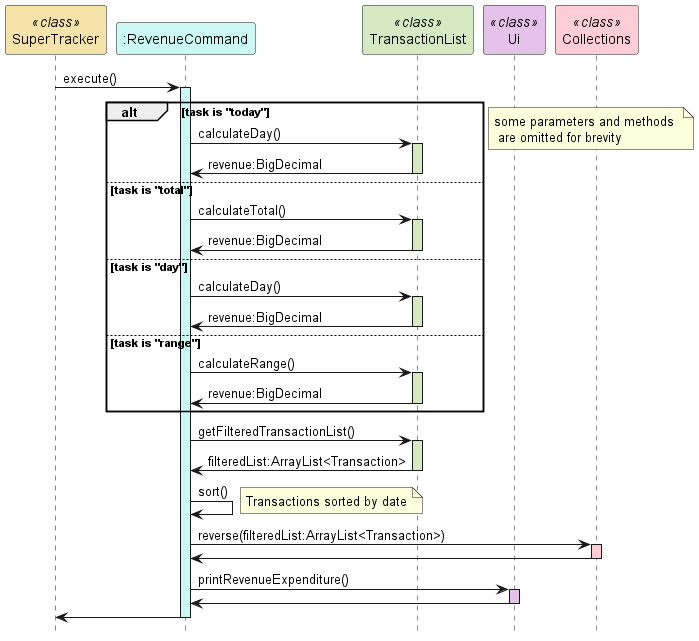
Earlier version of the PlantUML export docs/uml-diagrams/RevenueCommandSequence.png (rismm/tp). The source it was exported from:
```plantuml
@startuml
hide footbox
participant "SuperTracker" as SuperTracker <<class>> #f5e3a9
participant ":RevenueCommand" as RevenueCommand #cbf7f4
participant "TransactionList" as TransactionList <<class>> #d5eac2
participant "Ui" as Ui <<class>> #e5c2ea
participant "Collections" as Collections <<class>> #ffcdd6

SuperTracker -> RevenueCommand : execute()
activate RevenueCommand #cbf7f4
alt task is "today"
    RevenueCommand -> TransactionList : calculateDay()
    activate TransactionList #d5eac2
    TransactionList -> RevenueCommand : revenue:BigDecimal
    deactivate TransactionList

else task is "total"
    RevenueCommand -> TransactionList : calculateTotal()
    activate TransactionList #d5eac2
    TransactionList -> RevenueCommand : revenue:BigDecimal
    deactivate TransactionList

else task is "day"
    RevenueCommand -> TransactionList : calculateDay()
    activate TransactionList #d5eac2
    TransactionList -> RevenueCommand : revenue:BigDecimal
    deactivate TransactionList

else task is "range"
    RevenueCommand -> TransactionList : calculateRange()
    activate TransactionList #d5eac2
    TransactionList -> RevenueCommand : revenue:BigDecimal
    deactivate TransactionList
end
note right : some parameters and methods \n are omitted for brevity

RevenueCommand -> TransactionList : getFilteredTransactionList()
activate TransactionList #d5eac2
TransactionList -> RevenueCommand : filteredList:ArrayList<Transaction>
deactivate TransactionList

RevenueCommand -> RevenueCommand : sort()
note right : Transactions sorted by date

RevenueCommand -> Collections : reverse(filteredList:ArrayList<Transaction>)
activate Collections #ffcdd6
Collections -> RevenueCommand
deactivate Collections

RevenueCommand -> Ui : printRevenueExpenditure()
activate Ui #e5c2ea
Ui -> RevenueCommand
deactivate Ui

RevenueCommand -> SuperTracker
deactivate RevenueCommand

@enduml
```
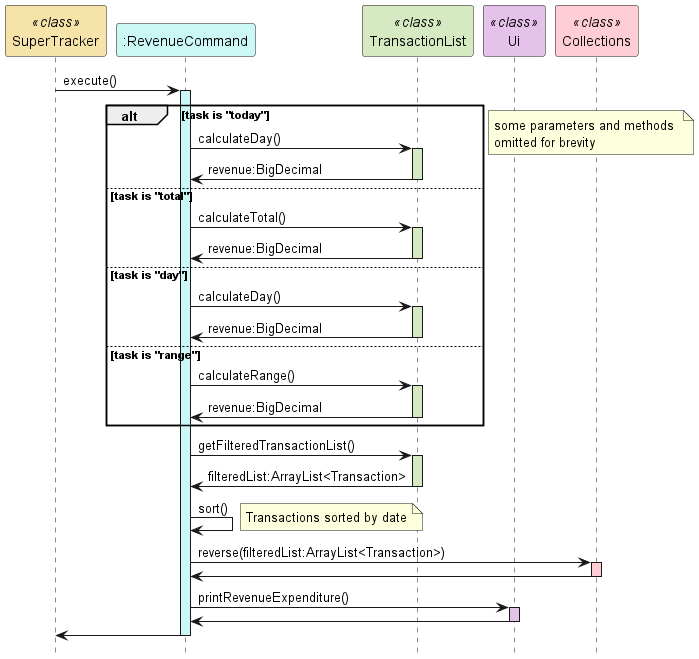
Above is the later version.

What changed in the source:
```diff
@@ -32,7 +32,7 @@
     TransactionList -> RevenueCommand : revenue:BigDecimal
     deactivate TransactionList
 end
-note right : some parameters and methods \n are omitted for brevity
+note right : some parameters and methods \nomitted for brevity
 
 RevenueCommand -> TransactionList : getFilteredTransactionList()
 activate TransactionList #d5eac2
```
